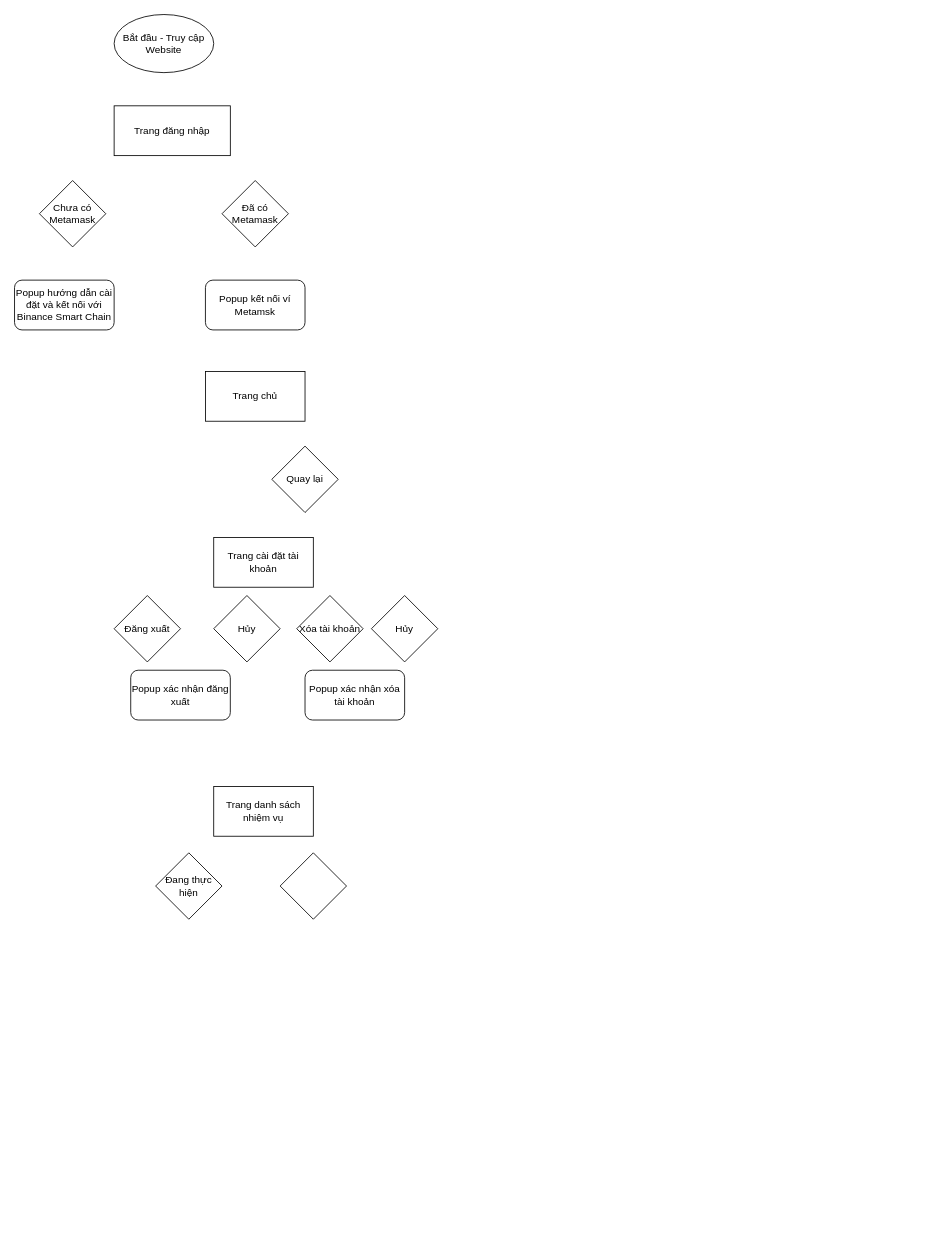
HaRin2806/2024_CSE485_CongngheWeb_HTML keeps this draw.io diagram as page "Page-1" (1 of 2) of Untitled Diagram.drawio. Above is the earlier version. Source tidied: cells renumbered, new cells numbered last; positions are measured from the earlier drawing's top-left corner, leaving out a move shared by most shapes. Both pictures are drawn from the tidied source at 83%, with x=0, y=0 at pixel (14, 14).
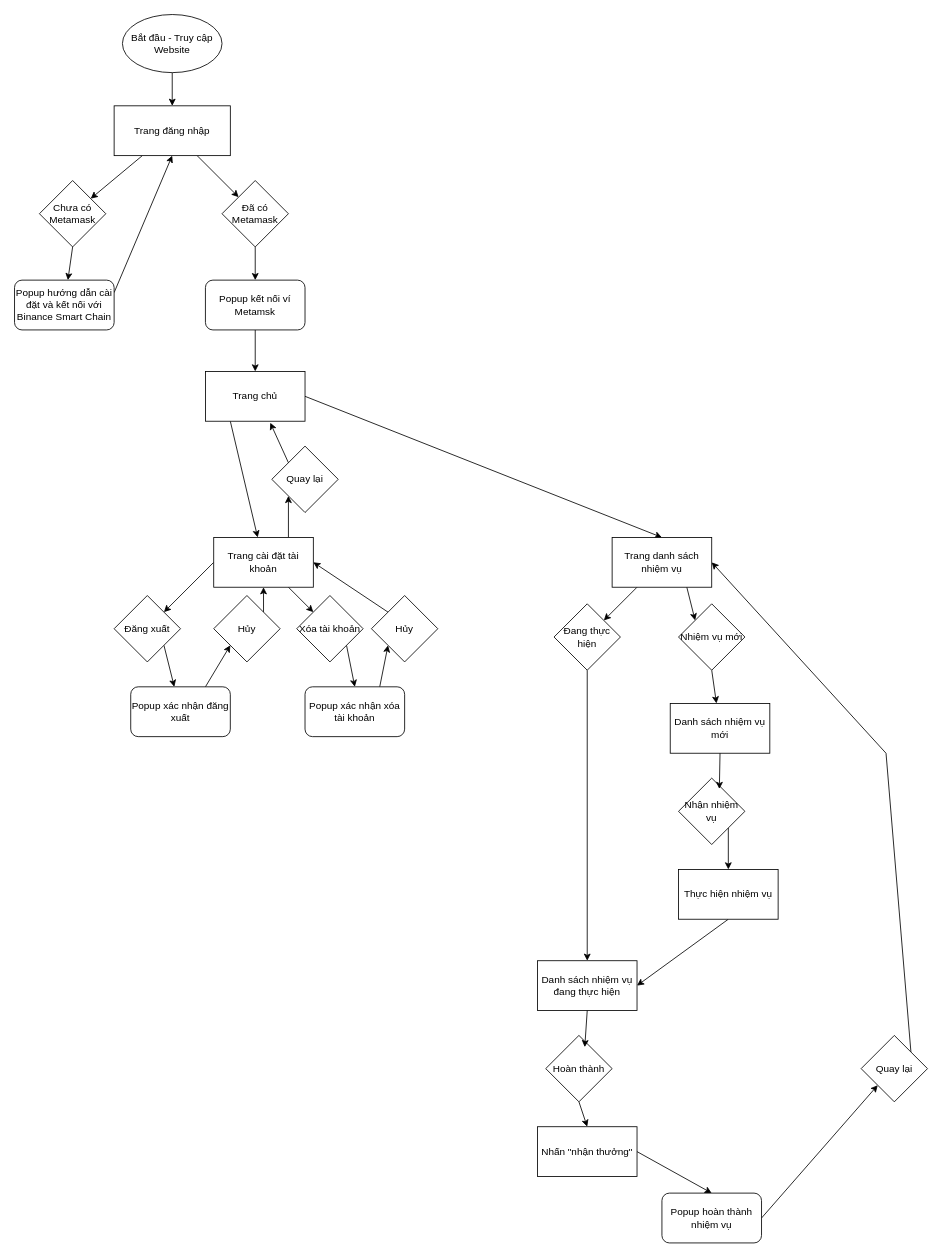
Above is the later version.

Unchanged cells that the change refers to:
```xml
<mxCell id="3" value="Trang đăng nhập" style="rounded=0;whiteSpace=wrap;html=1;" parent="1" vertex="1">
  <mxGeometry x="120" y="110" width="140" height="60" as="geometry" />
</mxCell>
<mxCell id="4" value="Chưa có Metamask" style="rhombus;whiteSpace=wrap;html=1;" parent="1" vertex="1">
  <mxGeometry x="30" y="200" width="80" height="80" as="geometry" />
</mxCell>
<mxCell id="5" value="Đã có Metamask" style="rhombus;whiteSpace=wrap;html=1;" parent="1" vertex="1">
  <mxGeometry x="250" y="200" width="80" height="80" as="geometry" />
</mxCell>
<mxCell id="6" value="Popup hướng dẫn cài đặt và kết nối với Binance Smart Chain" style="rounded=1;whiteSpace=wrap;html=1;" parent="1" vertex="1">
  <mxGeometry y="320" width="120" height="60" as="geometry" />
</mxCell>
<mxCell id="7" value="Popup kết nối ví Metamsk" style="rounded=1;whiteSpace=wrap;html=1;" parent="1" vertex="1">
  <mxGeometry x="230" y="320" width="120" height="60" as="geometry" />
</mxCell>
<mxCell id="8" value="Trang chủ" style="rounded=0;whiteSpace=wrap;html=1;" parent="1" vertex="1">
  <mxGeometry x="230" y="430" width="120" height="60" as="geometry" />
</mxCell>
<mxCell id="9" value="Trang cài đặt tài khoản" style="rounded=0;whiteSpace=wrap;html=1;" parent="1" vertex="1">
  <mxGeometry x="240" y="630" width="120" height="60" as="geometry" />
</mxCell>
<mxCell id="10" value="Quay lại" style="rhombus;whiteSpace=wrap;html=1;" parent="1" vertex="1">
  <mxGeometry x="310" y="520" width="80" height="80" as="geometry" />
</mxCell>
<mxCell id="12" value="Đăng xuất" style="rhombus;whiteSpace=wrap;html=1;" parent="1" vertex="1">
  <mxGeometry x="120" y="700" width="80" height="80" as="geometry" />
</mxCell>
<mxCell id="13" value="Hủy" style="rhombus;whiteSpace=wrap;html=1;" parent="1" vertex="1">
  <mxGeometry x="240" y="700" width="80" height="80" as="geometry" />
</mxCell>
<mxCell id="15" value="Xóa tài khoản" style="rhombus;whiteSpace=wrap;html=1;" parent="1" vertex="1">
  <mxGeometry x="340" y="700" width="80" height="80" as="geometry" />
</mxCell>
<mxCell id="16" value="Hủy" style="rhombus;whiteSpace=wrap;html=1;" parent="1" vertex="1">
  <mxGeometry x="430" y="700" width="80" height="80" as="geometry" />
</mxCell>
```

Change to the diagram source:
```diff
@@
+    <mxCell id="20" style="edgeStyle=orthogonalEdgeStyle;rounded=0;jettySize=auto;html=1;" parent="1" edge="1" source="2" target="3">
+      <mxGeometry relative="1" as="geometry" />
+    </mxCell>
     <mxCell id="2" value="Bắt đầu - Truy cập Website" style="ellipse;whiteSpace=wrap;html=1;" parent="1" vertex="1">
-      <mxGeometry x="120" width="120" height="70" as="geometry" />
+      <mxGeometry x="130" width="120" height="70" as="geometry" />
     </mxCell>
+    <mxCell id="21" style="edgeStyle=none;rounded=0;jettySize=auto;html=1;" parent="1" edge="1" source="3" target="4">
+      <mxGeometry relative="1" as="geometry" />
+    </mxCell>
+    <mxCell id="22" style="edgeStyle=none;rounded=0;jettySize=auto;html=1;" parent="1" edge="1" source="3" target="5">
+      <mxGeometry relative="1" as="geometry" />
+    </mxCell>
@@
+    <mxCell id="23" style="edgeStyle=none;rounded=0;jettySize=auto;html=1;exitX=0.5;exitY=1;exitDx=0;exitDy=0;" parent="1" edge="1" source="4" target="6">
+      <mxGeometry relative="1" as="geometry" />
+    </mxCell>
@@
+    <mxCell id="24" style="edgeStyle=none;rounded=0;jettySize=auto;html=1;exitX=0.5;exitY=1;exitDx=0;exitDy=0;entryX=0.5;entryY=0;entryDx=0;entryDy=0;" parent="1" edge="1" source="5" target="7">
+      <mxGeometry relative="1" as="geometry" />
+    </mxCell>
@@
+    <mxCell id="25" style="edgeStyle=none;rounded=0;jettySize=auto;html=1;exitX=1;exitY=0.25;exitDx=0;exitDy=0;entryX=0.5;entryY=1;entryDx=0;entryDy=0;" parent="1" edge="1" source="6" target="3">
+      <mxGeometry relative="1" as="geometry" />
+    </mxCell>
@@
+    <mxCell id="26" style="edgeStyle=none;rounded=0;jettySize=auto;html=1;exitX=0.5;exitY=1;exitDx=0;exitDy=0;entryX=0.5;entryY=0;entryDx=0;entryDy=0;" parent="1" edge="1" source="7" target="8">
+      <mxGeometry relative="1" as="geometry" />
+    </mxCell>
@@
+    <mxCell id="27" style="edgeStyle=none;rounded=0;jettySize=auto;html=1;exitX=0.25;exitY=1;exitDx=0;exitDy=0;" parent="1" edge="1" source="8" target="9">
+      <mxGeometry relative="1" as="geometry" />
+    </mxCell>
+    <mxCell id="28" style="edgeStyle=none;rounded=0;jettySize=auto;html=1;exitX=1;exitY=0.5;exitDx=0;exitDy=0;entryX=0.5;entryY=0;entryDx=0;entryDy=0;" parent="1" edge="1" source="8" target="17">
+      <mxGeometry relative="1" as="geometry" />
+    </mxCell>
@@
+    <mxCell id="29" style="edgeStyle=none;rounded=0;jettySize=auto;html=1;exitX=0.75;exitY=0;exitDx=0;exitDy=0;entryX=0;entryY=1;entryDx=0;entryDy=0;" parent="1" edge="1" source="9" target="10">
+      <mxGeometry relative="1" as="geometry" />
+    </mxCell>
+    <mxCell id="30" style="edgeStyle=none;rounded=0;jettySize=auto;html=1;exitX=0;exitY=0.5;exitDx=0;exitDy=0;entryX=1;entryY=0;entryDx=0;entryDy=0;" parent="1" edge="1" source="9" target="12">
+      <mxGeometry relative="1" as="geometry" />
+    </mxCell>
+    <mxCell id="31" style="edgeStyle=none;rounded=0;jettySize=auto;html=1;exitX=0.75;exitY=1;exitDx=0;exitDy=0;entryX=0;entryY=0;entryDx=0;entryDy=0;" parent="1" edge="1" source="9" target="15">
+      <mxGeometry relative="1" as="geometry" />
+    </mxCell>
@@
+    <mxCell id="32" style="edgeStyle=none;rounded=0;jettySize=auto;html=1;exitX=0.75;exitY=0;exitDx=0;exitDy=0;entryX=0;entryY=1;entryDx=0;entryDy=0;" parent="1" edge="1" source="11" target="13">
+      <mxGeometry relative="1" as="geometry" />
+    </mxCell>
     <mxCell id="11" value="Popup xác nhận đăng xuất" style="rounded=1;whiteSpace=wrap;html=1;" parent="1" vertex="1">
-      <mxGeometry x="140" y="790" width="120" height="60" as="geometry" />
+      <mxGeometry x="140" y="810" width="120" height="60" as="geometry" />
     </mxCell>
+    <mxCell id="33" style="edgeStyle=none;rounded=0;jettySize=auto;html=1;exitX=1;exitY=1;exitDx=0;exitDy=0;" parent="1" edge="1" source="12" target="11">
+      <mxGeometry relative="1" as="geometry" />
+    </mxCell>
@@
+    <mxCell id="34" style="edgeStyle=none;rounded=0;jettySize=auto;html=1;exitX=1;exitY=0;exitDx=0;exitDy=0;entryX=0.5;entryY=1;entryDx=0;entryDy=0;" parent="1" edge="1" source="13" target="9">
+      <mxGeometry relative="1" as="geometry" />
+    </mxCell>
@@
+    <mxCell id="35" style="edgeStyle=none;rounded=0;jettySize=auto;html=1;exitX=0.75;exitY=0;exitDx=0;exitDy=0;entryX=0;entryY=1;entryDx=0;entryDy=0;" parent="1" edge="1" source="14" target="16">
+      <mxGeometry relative="1" as="geometry" />
+    </mxCell>
     <mxCell id="14" value="Popup xác nhận xóa tài khoản" style="rounded=1;whiteSpace=wrap;html=1;" parent="1" vertex="1">
-      <mxGeometry x="350" y="790" width="120" height="60" as="geometry" />
+      <mxGeometry x="350" y="810" width="120" height="60" as="geometry" />
     </mxCell>
+    <mxCell id="36" style="edgeStyle=none;rounded=0;jettySize=auto;html=1;exitX=1;exitY=1;exitDx=0;exitDy=0;entryX=0.5;entryY=0;entryDx=0;entryDy=0;" parent="1" edge="1" source="15" target="14">
+      <mxGeometry relative="1" as="geometry" />
+    </mxCell>
@@
+    <mxCell id="37" style="edgeStyle=none;rounded=0;jettySize=auto;html=1;exitX=0;exitY=0;exitDx=0;exitDy=0;entryX=1;entryY=0.5;entryDx=0;entryDy=0;" parent="1" edge="1" source="16" target="9">
+      <mxGeometry relative="1" as="geometry" />
+    </mxCell>
@@
+    <mxCell id="38" style="edgeStyle=none;rounded=0;jettySize=auto;html=1;exitX=0.25;exitY=1;exitDx=0;exitDy=0;entryX=1;entryY=0;entryDx=0;entryDy=0;" parent="1" edge="1" source="17" target="18">
+      <mxGeometry relative="1" as="geometry" />
+    </mxCell>
+    <mxCell id="39" style="edgeStyle=none;rounded=0;jettySize=auto;html=1;exitX=0.75;exitY=1;exitDx=0;exitDy=0;entryX=0;entryY=0;entryDx=0;entryDy=0;" parent="1" edge="1" source="17" target="19">
+      <mxGeometry relative="1" as="geometry" />
+    </mxCell>
     <mxCell id="17" value="Trang danh sách nhiệm vụ" style="rounded=0;whiteSpace=wrap;html=1;" parent="1" vertex="1">
-      <mxGeometry x="240" y="930" width="120" height="60" as="geometry" />
+      <mxGeometry x="720" y="630" width="120" height="60" as="geometry" />
     </mxCell>
+    <mxCell id="40" style="edgeStyle=none;rounded=0;jettySize=auto;html=1;exitX=0.5;exitY=1;exitDx=0;exitDy=0;entryX=0.5;entryY=0;entryDx=0;entryDy=0;" parent="1" edge="1" source="18" target="47">
+      <mxGeometry relative="1" as="geometry" />
+    </mxCell>
     <mxCell id="18" value="Đang thực hiện" style="rhombus;whiteSpace=wrap;html=1;" parent="1" vertex="1">
-      <mxGeometry x="170" y="1010" width="80" height="80" as="geometry" />
+      <mxGeometry x="650" y="710" width="80" height="80" as="geometry" />
     </mxCell>
+    <mxCell id="41" style="edgeStyle=none;rounded=0;jettySize=auto;html=1;exitX=0.5;exitY=1;exitDx=0;exitDy=0;" parent="1" edge="1" source="19" target="42">
+      <mxGeometry relative="1" as="geometry" />
+    </mxCell>
-    <mxCell id="19" style="rhombus;whiteSpace=wrap;html=1;" parent="1" vertex="1">
-      <mxGeometry x="320" y="1010" width="80" height="80" as="geometry" />
+    <mxCell id="19" value="Nhiệm vụ mới" style="rhombus;whiteSpace=wrap;html=1;" parent="1" vertex="1">
+      <mxGeometry x="800" y="710" width="80" height="80" as="geometry" />
     </mxCell>
+    <mxCell id="42" value="Danh sách nhiệm vụ mới" style="rounded=0;whiteSpace=wrap;html=1;" parent="1" vertex="1">
+      <mxGeometry x="790" y="830" width="120" height="60" as="geometry" />
+    </mxCell>
+    <mxCell id="43" style="edgeStyle=none;rounded=0;jettySize=auto;html=1;exitX=1;exitY=1;exitDx=0;exitDy=0;entryX=0.5;entryY=0;entryDx=0;entryDy=0;" parent="1" edge="1" source="44" target="46">
+      <mxGeometry relative="1" as="geometry" />
+    </mxCell>
+    <mxCell id="44" value="Nhận nhiệm vụ" style="rhombus;whiteSpace=wrap;html=1;" parent="1" vertex="1">
+      <mxGeometry x="800" y="920" width="80" height="80" as="geometry" />
+    </mxCell>
+    <mxCell id="45" style="edgeStyle=none;rounded=0;jettySize=auto;html=1;exitX=0.5;exitY=1;exitDx=0;exitDy=0;entryX=1;entryY=0.5;entryDx=0;entryDy=0;" parent="1" edge="1" source="46" target="47">
+      <mxGeometry relative="1" as="geometry" />
+    </mxCell>
+    <mxCell id="46" value="Thực hiện nhiệm vụ" style="rounded=0;whiteSpace=wrap;html=1;" parent="1" vertex="1">
+      <mxGeometry x="800" y="1030" width="120" height="60" as="geometry" />
+    </mxCell>
+    <mxCell id="47" value="Danh sách nhiệm vụ đang thực hiện" style="rounded=0;whiteSpace=wrap;html=1;" parent="1" vertex="1">
+      <mxGeometry x="630" y="1140" width="120" height="60" as="geometry" />
+    </mxCell>
+    <mxCell id="48" style="edgeStyle=none;rounded=0;jettySize=auto;html=1;exitX=0.5;exitY=1;exitDx=0;exitDy=0;entryX=0.5;entryY=0;entryDx=0;entryDy=0;" parent="1" edge="1" source="49" target="51">
+      <mxGeometry relative="1" as="geometry" />
+    </mxCell>
+    <mxCell id="49" value="Hoàn thành" style="rhombus;whiteSpace=wrap;html=1;" parent="1" vertex="1">
+      <mxGeometry x="640" y="1230" width="80" height="80" as="geometry" />
+    </mxCell>
+    <mxCell id="50" style="edgeStyle=none;rounded=0;jettySize=auto;html=1;exitX=1;exitY=0.5;exitDx=0;exitDy=0;entryX=0.5;entryY=0;entryDx=0;entryDy=0;" parent="1" edge="1" source="51" target="53">
+      <mxGeometry relative="1" as="geometry" />
+    </mxCell>
+    <mxCell id="51" value="Nhấn &quot;nhận thưởng&quot;" style="rounded=0;whiteSpace=wrap;html=1;" parent="1" vertex="1">
+      <mxGeometry x="630" y="1340" width="120" height="60" as="geometry" />
+    </mxCell>
+    <mxCell id="52" style="edgeStyle=none;rounded=0;jettySize=auto;html=1;exitX=1;exitY=0.5;exitDx=0;exitDy=0;entryX=0;entryY=1;entryDx=0;entryDy=0;" parent="1" edge="1" source="53" target="55">
+      <mxGeometry relative="1" as="geometry" />
+    </mxCell>
+    <mxCell id="53" value="Popup hoàn thành nhiệm vụ" style="rounded=1;whiteSpace=wrap;html=1;" parent="1" vertex="1">
+      <mxGeometry x="780" y="1420" width="120" height="60" as="geometry" />
+    </mxCell>
+    <mxCell id="54" style="edgeStyle=none;rounded=0;jettySize=auto;html=1;exitX=1;exitY=0;exitDx=0;exitDy=0;entryX=1;entryY=0.5;entryDx=0;entryDy=0;" parent="1" edge="1" source="55" target="17">
+      <mxGeometry relative="1" as="geometry">
+        <Array as="points">
+          <mxPoint x="1050" y="890" />
+        </Array>
+      </mxGeometry>
+    </mxCell>
+    <mxCell id="55" value="Quay lại" style="rhombus;whiteSpace=wrap;html=1;" parent="1" vertex="1">
+      <mxGeometry x="1020" y="1230" width="80" height="80" as="geometry" />
+    </mxCell>
+    <mxCell id="56" style="edgeStyle=none;rounded=0;jettySize=auto;html=1;exitX=0;exitY=0;exitDx=0;exitDy=0;entryX=0.651;entryY=1.031;entryDx=0;entryDy=0;entryPerimeter=0;" parent="1" edge="1" source="10" target="8">
+      <mxGeometry relative="1" as="geometry" />
+    </mxCell>
+    <mxCell id="57" style="edgeStyle=none;rounded=0;jettySize=auto;html=1;exitX=0.5;exitY=1;exitDx=0;exitDy=0;entryX=0.615;entryY=0.163;entryDx=0;entryDy=0;entryPerimeter=0;" parent="1" edge="1" source="42" target="44">
+      <mxGeometry relative="1" as="geometry" />
+    </mxCell>
+    <mxCell id="58" style="edgeStyle=none;rounded=0;jettySize=auto;html=1;exitX=0.5;exitY=1;exitDx=0;exitDy=0;entryX=0.588;entryY=0.176;entryDx=0;entryDy=0;entryPerimeter=0;" parent="1" edge="1" source="47" target="49">
+      <mxGeometry relative="1" as="geometry" />
+    </mxCell>
```
